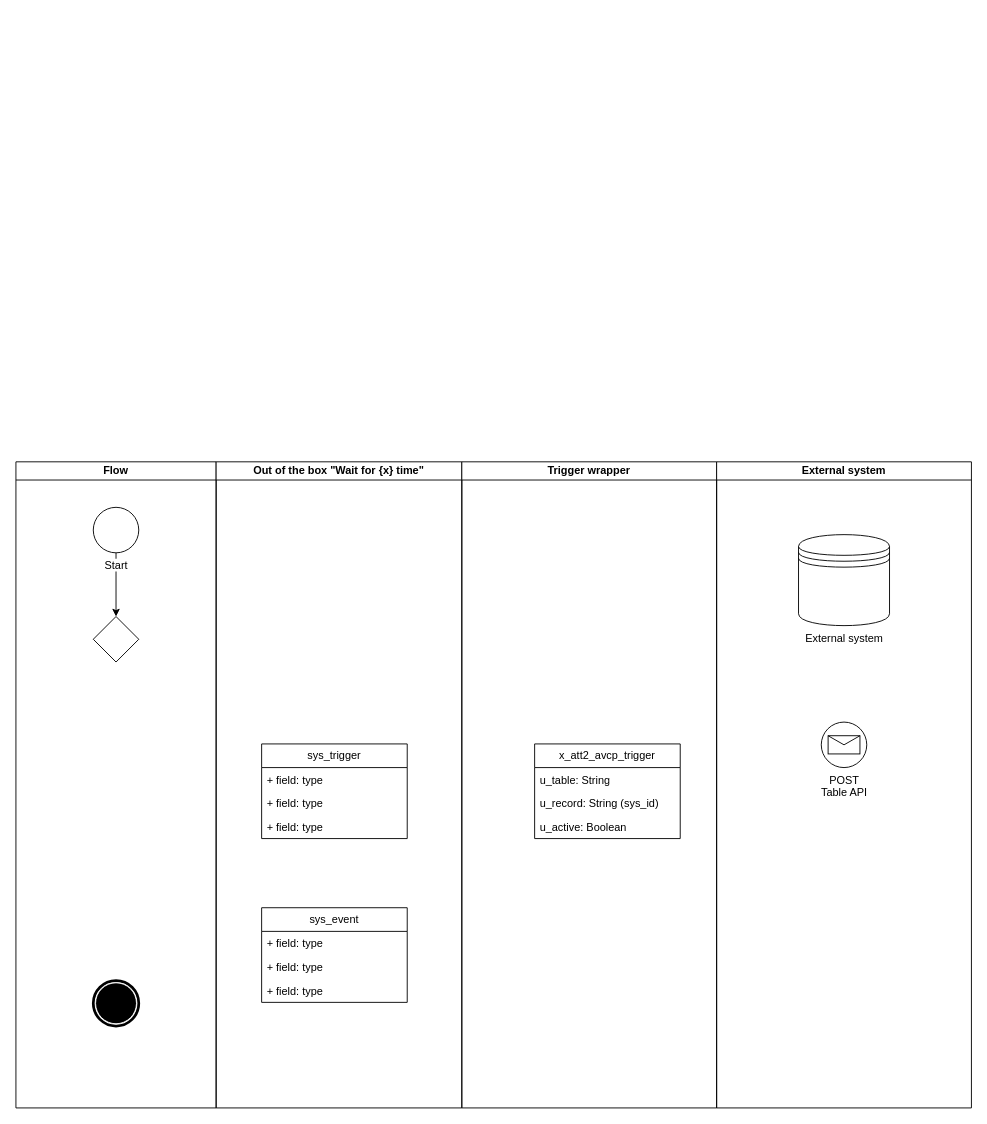
The draw.io diagram wait for.drawio in ceskie/CCW1856, before the edit. Source tidied: cells renumbered, new cells numbered last; positions are measured from the earlier drawing's top-left corner, leaving out a move shared by most shapes. Both pictures are drawn from the tidied source at 91%, with x=0, y=0 at pixel (15, 461).
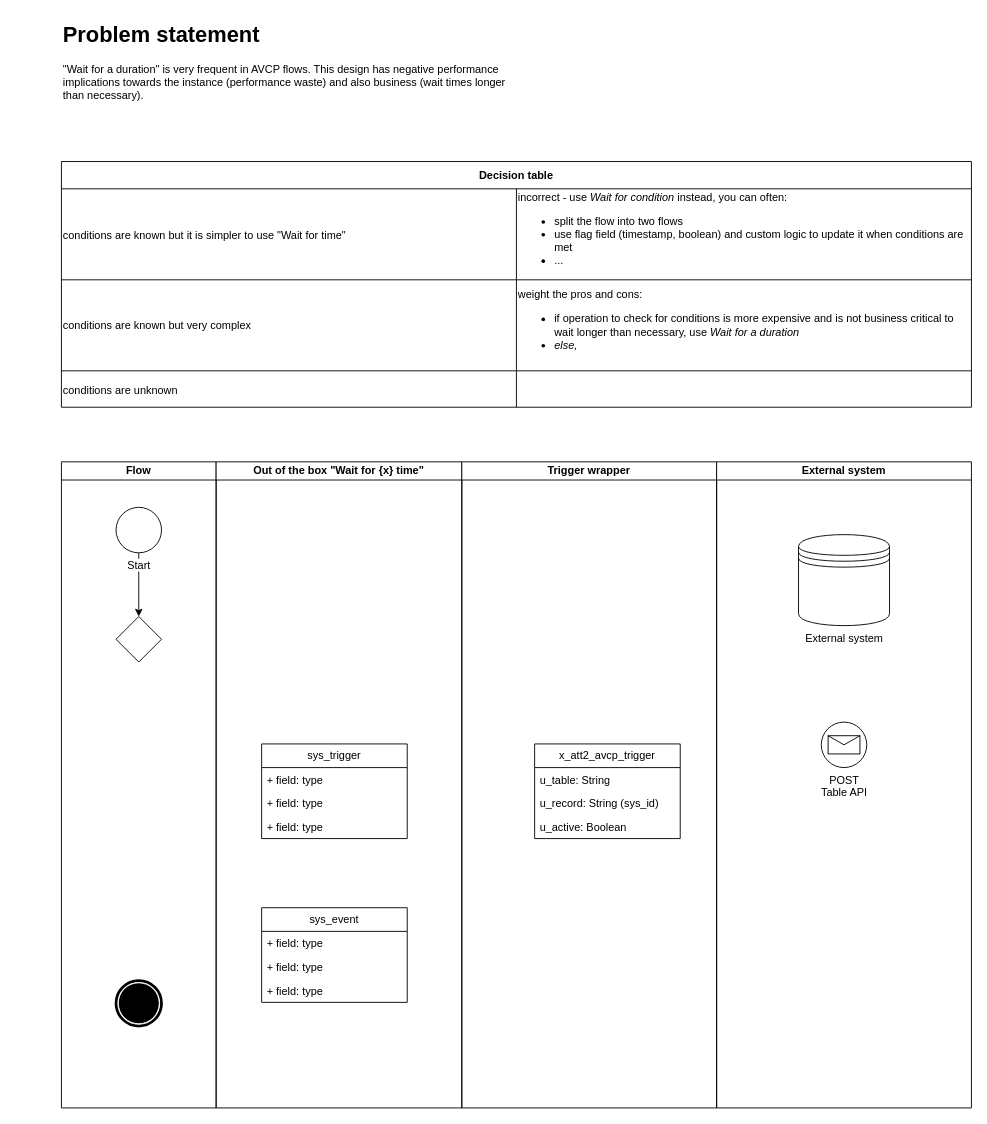
After the change.

The edit, as a diff of the source:
```diff
@@
     <mxCell id="14" value="Flow" style="swimlane;startSize=20;whiteSpace=wrap;html=1;" parent="1" vertex="1">
-      <mxGeometry width="220" height="710" as="geometry" />
+      <mxGeometry x="50" width="170" height="710" as="geometry" />
     </mxCell>
@@
     <mxCell id="16" value="Start" style="points=[[0.145,0.145,0],[0.5,0,0],[0.855,0.145,0],[1,0.5,0],[0.855,0.855,0],[0.5,1,0],[0.145,0.855,0],[0,0.5,0]];shape=mxgraph.bpmn.event;html=1;verticalLabelPosition=bottom;labelBackgroundColor=#ffffff;verticalAlign=top;align=center;perimeter=ellipsePerimeter;outlineConnect=0;outline=standard;symbol=general;" parent="14" vertex="1">
-      <mxGeometry x="85" y="50" width="50" height="50" as="geometry" />
+      <mxGeometry x="60" y="50" width="50" height="50" as="geometry" />
     </mxCell>
     <mxCell id="17" style="shape=mxgraph.bpmn.event;html=1;verticalLabelPosition=bottom;labelBackgroundColor=#ffffff;verticalAlign=top;align=center;perimeter=ellipsePerimeter;outline=end;symbol=terminate;" parent="14" vertex="1">
-      <mxGeometry x="85" y="570" width="50" height="50" as="geometry" />
+      <mxGeometry x="60" y="570" width="50" height="50" as="geometry" />
     </mxCell>
     <mxCell id="18" style="points=[[0.25,0.25,0],[0.5,0,0],[0.75,0.25,0],[1,0.5,0],[0.75,0.75,0],[0.5,1,0],[0.25,0.75,0],[0,0.5,0]];shape=mxgraph.bpmn.gateway2;html=1;verticalLabelPosition=bottom;labelBackgroundColor=#ffffff;verticalAlign=top;align=center;perimeter=rhombusPerimeter;outlineConnect=0;outline=none;symbol=none;" parent="14" vertex="1">
-      <mxGeometry x="85" y="170" width="50" height="50" as="geometry" />
+      <mxGeometry x="60" y="170" width="50" height="50" as="geometry" />
     </mxCell>
@@
+    <mxCell id="24" value="&lt;h1 style=&quot;margin-top: 0px;&quot;&gt;Problem statement&lt;br&gt;&lt;/h1&gt;&lt;p&gt;&quot;Wait for a duration&quot; is very frequent in AVCP flows. This design has negative performance implications towards the instance (performance waste) and also business (wait times longer than necessary).&lt;br&gt;&lt;/p&gt;" style="text;html=1;whiteSpace=wrap;overflow=hidden;rounded=0;" parent="1" vertex="1">
+      <mxGeometry x="50" y="-490" width="490" height="120" as="geometry" />
+    </mxCell>
+    <mxCell id="25" value="Decision table" style="shape=table;startSize=30;childLayout=tableLayout;strokeColor=default;fontSize=12;fontStyle=1;" parent="1" vertex="1">
+      <mxGeometry x="50" y="-330" width="1000" height="270" as="geometry" />
+    </mxCell>
+    <mxCell id="26" style="shape=tableRow;horizontal=0;startSize=0;swimlaneHead=0;swimlaneBody=0;strokeColor=inherit;top=0;left=0;bottom=0;right=0;fillColor=none;fontSize=16;" parent="25" vertex="1">
+      <mxGeometry y="30" width="1000" height="100" as="geometry" />
+    </mxCell>
+    <mxCell id="27" value="&lt;div align=&quot;left&quot;&gt;&lt;font style=&quot;font-size: 12px;&quot;&gt;conditions are known but it is simpler to use &quot;Wait for time&quot;&lt;/font&gt;&lt;/div&gt;" style="shape=partialRectangle;html=1;whiteSpace=wrap;strokeColor=inherit;overflow=hidden;fillColor=none;top=0;left=0;bottom=0;right=0;fontSize=16;align=left;" parent="26" vertex="1">
+      <mxGeometry width="500" height="100" as="geometry" />
+    </mxCell>
+    <mxCell id="28" value="&lt;div style=&quot;font-size: 12px;&quot; align=&quot;left&quot;&gt;&lt;font style=&quot;font-size: 12px;&quot;&gt;incorrect - use&lt;i&gt; Wait for condition&lt;/i&gt; instead, you can often:&lt;br&gt;&lt;/font&gt;&lt;/div&gt;&lt;div style=&quot;font-size: 12px;&quot; align=&quot;left&quot;&gt;&lt;ul&gt;&lt;li&gt;&lt;font style=&quot;font-size: 12px;&quot;&gt;split the flow into two flows&lt;/font&gt;&lt;/li&gt;&lt;li&gt;&lt;font style=&quot;font-size: 12px;&quot;&gt;use flag field (timestamp, boolean) and custom logic to update it when conditions are met&lt;/font&gt;&lt;/li&gt;&lt;li&gt;&lt;font style=&quot;font-size: 12px;&quot;&gt;...&lt;br&gt;&lt;/font&gt;&lt;/li&gt;&lt;/ul&gt;&lt;/div&gt;" style="shape=partialRectangle;html=1;whiteSpace=wrap;strokeColor=inherit;overflow=hidden;fillColor=none;top=0;left=0;bottom=0;right=0;fontSize=16;align=left;" parent="26" vertex="1">
+      <mxGeometry x="500" width="500" height="100" as="geometry" />
+    </mxCell>
+    <mxCell id="29" style="shape=tableRow;horizontal=0;startSize=0;swimlaneHead=0;swimlaneBody=0;strokeColor=inherit;top=0;left=0;bottom=0;right=0;fillColor=none;fontSize=12;" parent="25" vertex="1">
+      <mxGeometry y="130" width="1000" height="100" as="geometry" />
+    </mxCell>
+    <mxCell id="30" value="&lt;div style=&quot;font-size: 12px;&quot; align=&quot;left&quot;&gt;&lt;font style=&quot;font-size: 12px;&quot;&gt;conditions are known but very complex&lt;br&gt;&lt;/font&gt;&lt;/div&gt;" style="shape=partialRectangle;html=1;whiteSpace=wrap;strokeColor=inherit;overflow=hidden;fillColor=none;top=0;left=0;bottom=0;right=0;fontSize=16;align=left;" parent="29" vertex="1">
+      <mxGeometry width="500" height="100" as="geometry" />
+    </mxCell>
+    <mxCell id="31" value="&lt;div style=&quot;font-size: 12px;&quot; align=&quot;left&quot;&gt;&lt;font style=&quot;font-size: 12px;&quot;&gt;weight the pros and cons:&lt;/font&gt;&lt;/div&gt;&lt;div style=&quot;font-size: 12px;&quot; align=&quot;left&quot;&gt;&lt;ul&gt;&lt;li&gt;&lt;font style=&quot;font-size: 12px;&quot;&gt;if operation to check for conditions is more expensive and is not business critical to wait longer than necessary, use &lt;i&gt;Wait for a duration&lt;/i&gt;&lt;/font&gt;&lt;/li&gt;&lt;li&gt;&lt;font style=&quot;font-size: 12px;&quot;&gt;&lt;i&gt;else, &lt;br&gt;&lt;/i&gt;&lt;/font&gt;&lt;/li&gt;&lt;/ul&gt;&lt;/div&gt;" style="shape=partialRectangle;html=1;whiteSpace=wrap;strokeColor=inherit;overflow=hidden;fillColor=none;top=0;left=0;bottom=0;right=0;fontSize=16;align=left;" parent="29" vertex="1">
+      <mxGeometry x="500" width="500" height="100" as="geometry" />
+    </mxCell>
+    <mxCell id="32" style="shape=tableRow;horizontal=0;startSize=0;swimlaneHead=0;swimlaneBody=0;strokeColor=inherit;top=0;left=0;bottom=0;right=0;fillColor=none;fontSize=16;" parent="25" vertex="1">
+      <mxGeometry y="230" width="1000" height="40" as="geometry" />
+    </mxCell>
+    <mxCell id="33" value="&lt;div align=&quot;left&quot;&gt;&lt;font style=&quot;font-size: 12px;&quot;&gt;conditions are unknown&lt;/font&gt;&lt;br&gt;&lt;/div&gt;" style="shape=partialRectangle;html=1;whiteSpace=wrap;strokeColor=inherit;overflow=hidden;fillColor=none;top=0;left=0;bottom=0;right=0;fontSize=16;align=left;" parent="32" vertex="1">
+      <mxGeometry width="500" height="40" as="geometry" />
+    </mxCell>
+    <mxCell id="34" style="shape=partialRectangle;html=1;whiteSpace=wrap;strokeColor=inherit;overflow=hidden;fillColor=none;top=0;left=0;bottom=0;right=0;fontSize=16;" parent="32" vertex="1">
+      <mxGeometry x="500" width="500" height="40" as="geometry" />
+    </mxCell>
```
